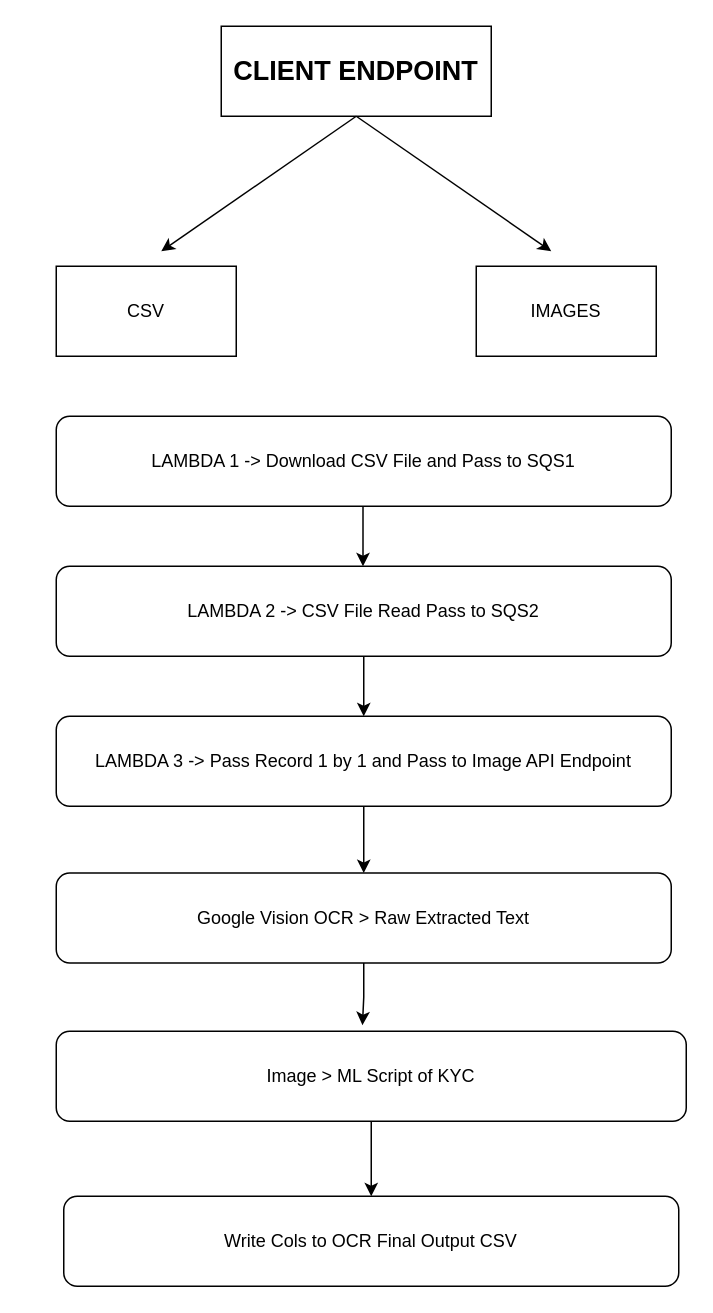
Earlier version of the draw.io diagram Progress.drawio (rushikesh-mallanath/draw). Source tidied: cells renumbered, new cells numbered last; positions are measured from the earlier drawing's top-left corner, leaving out a move shared by most shapes. Both pictures are drawn from the tidied source at 150%, with x=0, y=0 at pixel (56, 26).
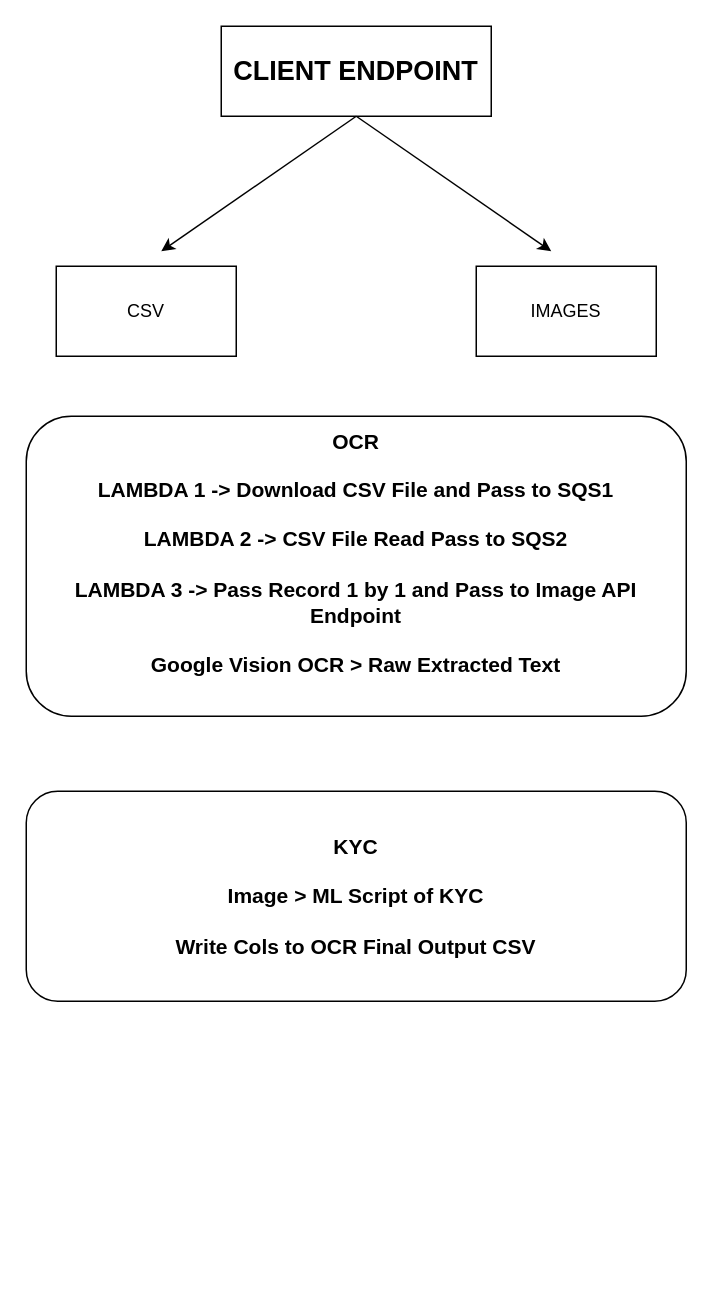
Above is the later version.

What changed in the source:
```diff
@@
-    <mxCell id="7" value="LAMBDA 1 -&amp;gt; Download CSV File and Pass to SQS1" style="rounded=1;whiteSpace=wrap;html=1;" parent="1" vertex="1">
-      <mxGeometry y="260" width="410" height="60" as="geometry" />
+    <mxCell id="7" value="&lt;font style=&quot;&quot;&gt;&lt;b style=&quot;font-size: 14px;&quot;&gt;OCR&lt;br&gt;&lt;/b&gt;&lt;br&gt;&lt;b&gt;&lt;font style=&quot;font-size: 14px;&quot;&gt;LAMBDA 1 -&amp;gt; Download CSV File and Pass to SQS1&lt;br&gt;&lt;br&gt;LAMBDA 2 -&amp;gt; CSV File Read Pass to SQS2 &lt;br&gt;&lt;br&gt;LAMBDA 3 -&amp;gt; Pass Record 1 by 1 and Pass to Image API Endpoint &lt;br&gt;&lt;br&gt;Google Vision OCR &amp;gt; Raw Extracted Text&lt;/font&gt;&lt;/b&gt;&lt;br&gt;&lt;/font&gt;&lt;font style=&quot;&quot;&gt;&lt;div style=&quot;font-size: 14px;&quot;&gt;&lt;span style=&quot;background-color: initial;&quot;&gt;&lt;br&gt;&lt;/span&gt;&lt;/div&gt;&lt;/font&gt;" style="rounded=1;whiteSpace=wrap;html=1;align=center;" parent="1" vertex="1">
+      <mxGeometry x="-20" y="260" width="440" height="200" as="geometry" />
     </mxCell>
-    <mxCell id="8" style="edgeStyle=orthogonalEdgeStyle;rounded=0;jettySize=auto;html=1;" parent="1" edge="1" source="9" target="11">
-      <mxGeometry relative="1" as="geometry" />
-    </mxCell>
-    <mxCell id="9" value="LAMBDA 2 -&amp;gt; CSV File Read Pass to SQS2" style="rounded=1;whiteSpace=wrap;html=1;" parent="1" vertex="1">
-      <mxGeometry y="360" width="410" height="60" as="geometry" />
-    </mxCell>
-    <mxCell id="10" style="edgeStyle=orthogonalEdgeStyle;rounded=0;jettySize=auto;html=1;" parent="1" edge="1" source="11" target="13">
-      <mxGeometry relative="1" as="geometry" />
-    </mxCell>
-    <mxCell id="11" value="LAMBDA 3 -&amp;gt; Pass Record 1 by 1 and Pass to Image API Endpoint" style="rounded=1;whiteSpace=wrap;html=1;" parent="1" vertex="1">
-      <mxGeometry y="460" width="410" height="60" as="geometry" />
-    </mxCell>
-    <mxCell id="12" style="endArrow=classic;html=1;rounded=0;" parent="1" edge="1">
-      <mxGeometry relative="1" as="geometry">
-        <mxPoint x="204.5" y="320" as="sourcePoint" />
-        <mxPoint x="204.5" y="360" as="targetPoint" />
-      </mxGeometry>
-    </mxCell>
-    <mxCell id="13" value="Google Vision OCR &amp;gt; Raw Extracted Text" style="rounded=1;whiteSpace=wrap;html=1;" parent="1" vertex="1">
-      <mxGeometry y="564.5" width="410" height="60" as="geometry" />
-    </mxCell>
-    <mxCell id="14" style="edgeStyle=orthogonalEdgeStyle;rounded=0;jettySize=auto;html=1;" parent="1" edge="1" source="15" target="16">
-      <mxGeometry relative="1" as="geometry" />
-    </mxCell>
-    <mxCell id="15" value="Image &amp;gt; ML Script of KYC" style="rounded=1;whiteSpace=wrap;html=1;" parent="1" vertex="1">
-      <mxGeometry y="670" width="420" height="60" as="geometry" />
-    </mxCell>
-    <mxCell id="16" value="Write Cols to OCR Final Output CSV" style="rounded=1;whiteSpace=wrap;html=1;" parent="1" vertex="1">
-      <mxGeometry x="5" y="780" width="410" height="60" as="geometry" />
-    </mxCell>
-    <mxCell id="17" style="edgeStyle=orthogonalEdgeStyle;rounded=0;jettySize=auto;html=1;entryX=0.486;entryY=-0.067;entryDx=0;entryDy=0;entryPerimeter=0;" parent="1" edge="1" source="13" target="15">
-      <mxGeometry relative="1" as="geometry" />
-    </mxCell>
+    <mxCell id="18" value="&lt;font style=&quot;font-size: 14px;&quot;&gt;&lt;b&gt;KYC&lt;br&gt;&lt;br&gt;Image &amp;gt; ML Script of KYC&lt;br&gt;&lt;br&gt;Write Cols to OCR Final Output CSV&lt;/b&gt;&lt;/font&gt;&lt;span style=&quot;font-size: 14px;&quot;&gt;&lt;b&gt;&lt;br&gt;&lt;/b&gt;&lt;/span&gt;" style="rounded=1;whiteSpace=wrap;html=1;align=center;" parent="1" vertex="1">
+      <mxGeometry x="-20" y="510" width="440" height="140" as="geometry" />
+    </mxCell>
```
